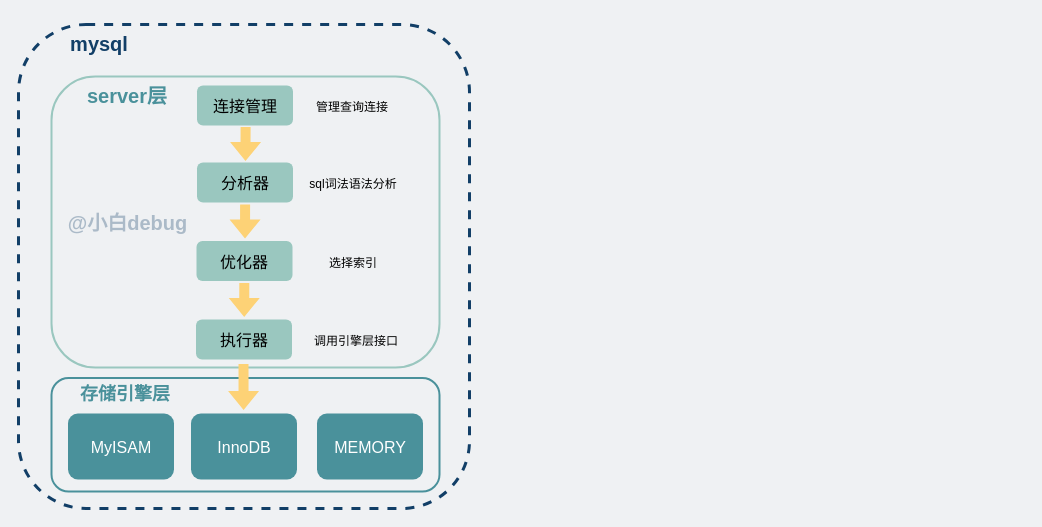
The draw.io diagram network/Mysql架构2.drawio in xiaobaiTech/image, before the edit. Source tidied: cells renumbered, new cells numbered last; positions are measured from the earlier drawing's top-left corner, leaving out a move shared by most shapes. Both pictures are drawn from the tidied source at 100%, with x=0, y=0 at pixel (18, 24).
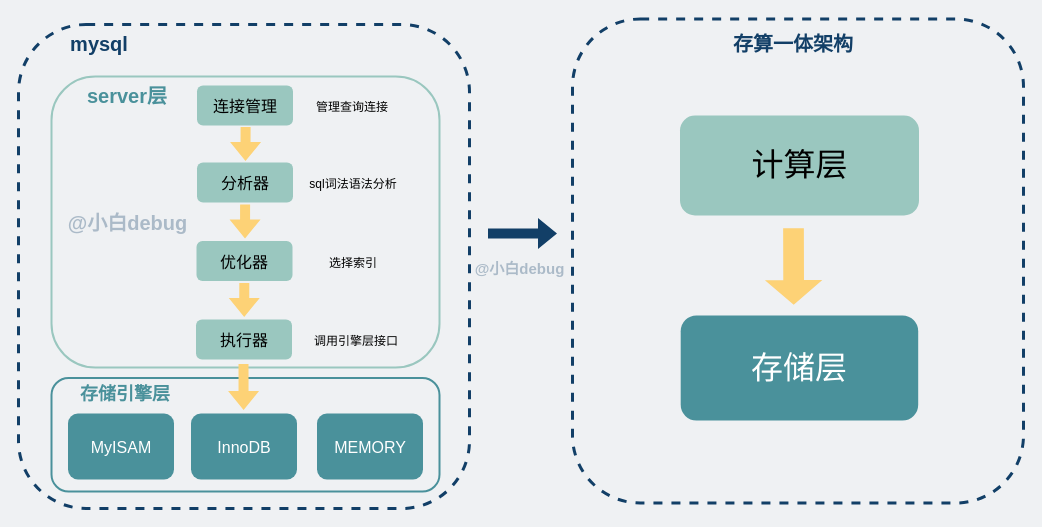
Above is the later version.

Commit message:
存算一体架构.drawio

Diff of the diagram source:
```diff
@@
+    <mxCell id="24" style="rounded=1;whiteSpace=wrap;html=1;fillColor=none;strokeWidth=3;dashed=1;strokeColor=#123f67;" parent="1" vertex="1">
+      <mxGeometry x="554" y="-5.5" width="451" height="484" as="geometry" />
+    </mxCell>
+    <mxCell id="25" value="&lt;font style=&quot;font-size: 32px;&quot;&gt;存储层&lt;/font&gt;" style="rounded=1;whiteSpace=wrap;html=1;fontSize=22;fontColor=#FFFFFF;fillColor=#4A919B;strokeColor=none;" parent="1" vertex="1">
+      <mxGeometry x="662.2" y="291" width="237.5" height="105" as="geometry" />
+    </mxCell>
+    <mxCell id="26" style="shape=flexArrow;endArrow=classic;html=1;rounded=0;fontSize=16;fontColor=#000000;fillColor=#FDD276;strokeColor=none;endWidth=35.714285714285715;endSize=7.885714285714285;width=20.714285714285715;" parent="1" edge="1">
+      <mxGeometry relative="1" as="geometry">
+        <mxPoint x="775" y="203.2" as="sourcePoint" />
+        <mxPoint x="775.2" y="280.8" as="targetPoint" />
+      </mxGeometry>
+    </mxCell>
+    <mxCell id="27" value="&lt;font size=&quot;1&quot;&gt;&lt;b style=&quot;font-size: 20px;&quot;&gt;&lt;font color=&quot;#123f67&quot;&gt;存算一体架构&lt;/font&gt;&lt;br&gt;&lt;/b&gt;&lt;/font&gt;" style="text;html=1;strokeColor=none;fillColor=none;align=center;verticalAlign=middle;whiteSpace=wrap;rounded=0;" parent="1" vertex="1">
+      <mxGeometry x="688" y="3" width="174" height="32" as="geometry" />
+    </mxCell>
+    <mxCell id="28" value="&lt;font size=&quot;1&quot;&gt;&lt;b style=&quot;&quot;&gt;&lt;font style=&quot;font-size: 15px;&quot; color=&quot;#123f67&quot;&gt;@小白debug&lt;/font&gt;&lt;br&gt;&lt;/b&gt;&lt;/font&gt;" style="text;html=1;strokeColor=none;fillColor=none;align=center;verticalAlign=middle;whiteSpace=wrap;rounded=0;opacity=30;textOpacity=30;" parent="1" vertex="1">
+      <mxGeometry x="429" y="228" width="145" height="32" as="geometry" />
+    </mxCell>
+    <mxCell id="29" style="shape=flexArrow;endArrow=classic;html=1;rounded=0;strokeColor=none;fillColor=#123F67;" parent="1" edge="1">
+      <mxGeometry relative="1" as="geometry">
+        <mxPoint x="469" y="209" as="sourcePoint" />
+        <mxPoint x="539" y="209" as="targetPoint" />
+      </mxGeometry>
+    </mxCell>
+    <mxCell id="30" value="&lt;font style=&quot;font-size: 32px;&quot; color=&quot;#000000&quot;&gt;计算层&lt;/font&gt;" style="rounded=1;whiteSpace=wrap;html=1;fontSize=22;fontColor=#FFFFFF;fillColor=#9AC7BF;strokeColor=none;" parent="1" vertex="1">
+      <mxGeometry x="661.5" y="91" width="239" height="100" as="geometry" />
+    </mxCell>
```
